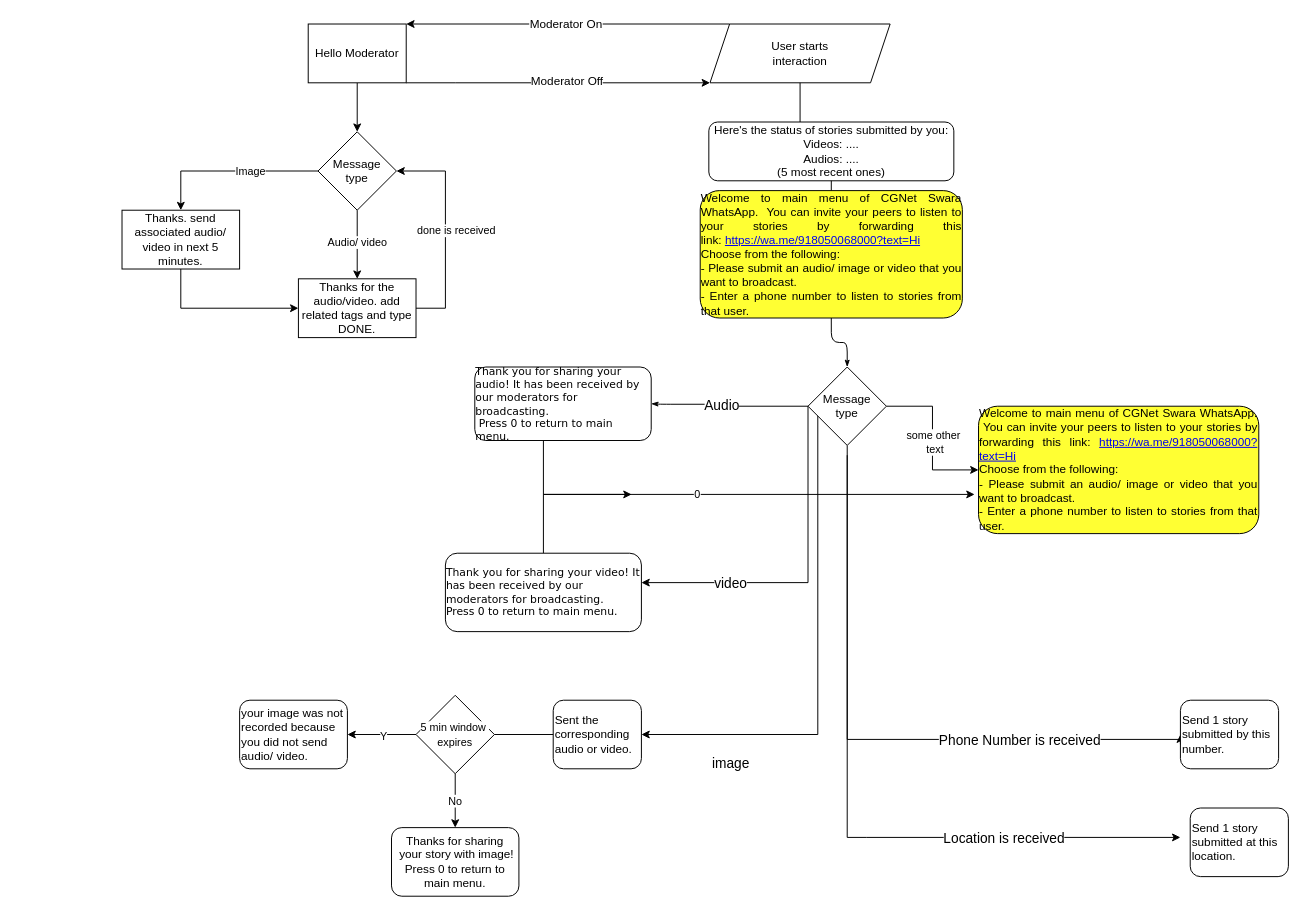
This is page "5 may" (6 of 6) of DisseminationFlow.drawio from PriyankaVerma98/CGNetSwara-WhatsApp, a draw.io file, before an edit. Source tidied: cells renumbered, new cells numbered last; positions are measured from the earlier drawing's top-left corner, leaving out a move shared by most shapes. Both pictures are drawn from the tidied source at 98%, with x=0, y=0 at pixel (122, 24).
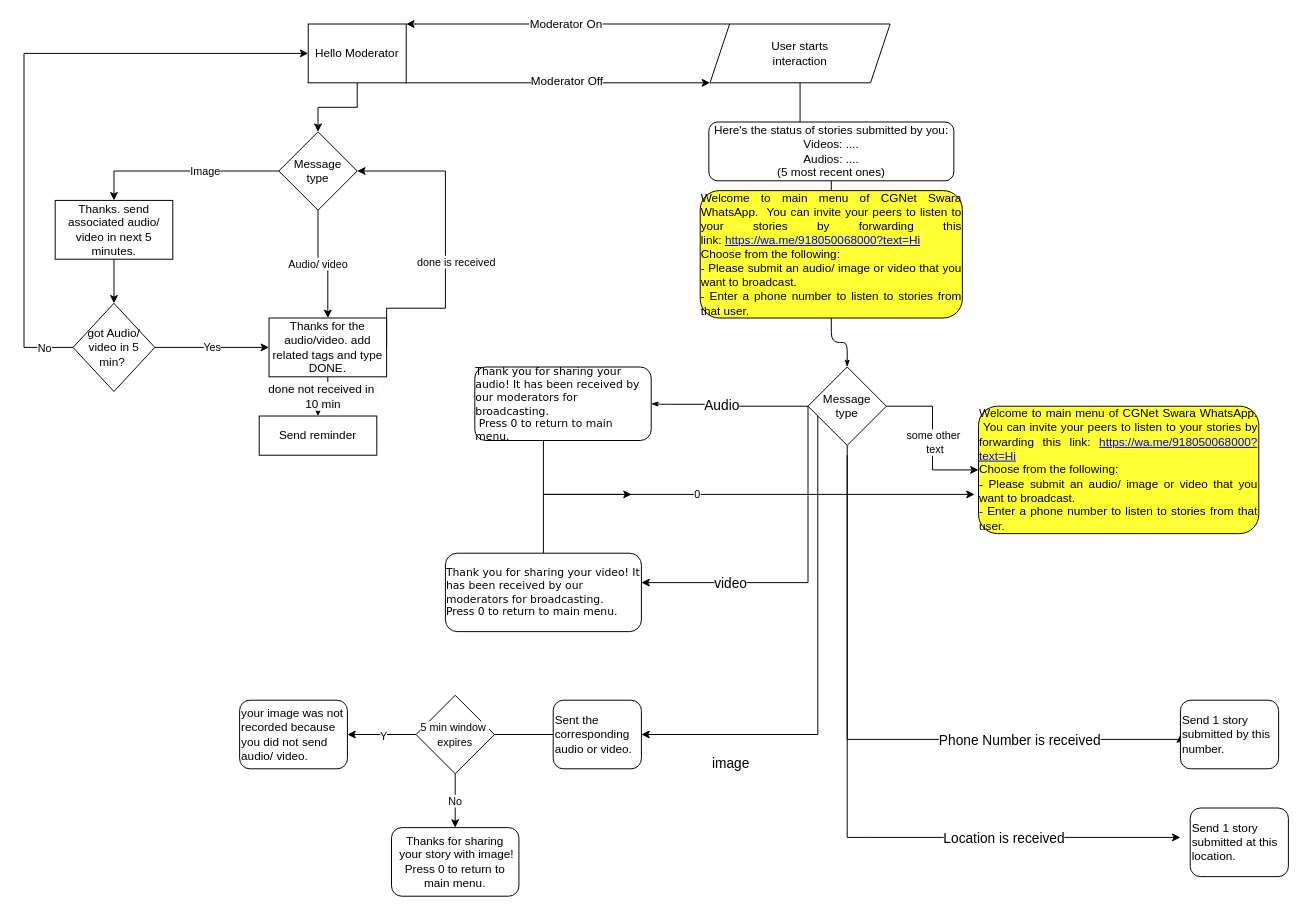
After the change.

Unchanged cells that the change refers to:
```xml
<mxCell id="42" value="Hello Moderator" style="whiteSpace=wrap;html=1;" parent="1" vertex="1">
  <mxGeometry x="190" width="100" height="60" as="geometry" />
</mxCell>
```

The edit, as a diff of the source:
```diff
@@
     <mxCell id="47" value="Message &lt;br&gt;type" style="rhombus;whiteSpace=wrap;html=1;" parent="1" vertex="1">
-      <mxGeometry x="200" y="110" width="80" height="80" as="geometry" />
+      <mxGeometry x="160" y="110" width="80" height="80" as="geometry" />
     </mxCell>
@@
+    <mxCell id="53" value="&lt;span style=&quot;font-size: 12px ; background-color: rgb(248 , 249 , 250)&quot;&gt;done not received in&amp;nbsp;&lt;/span&gt;&lt;br style=&quot;font-size: 12px&quot;&gt;&lt;span style=&quot;font-size: 12px ; background-color: rgb(248 , 249 , 250)&quot;&gt;10 min&lt;/span&gt;" style="edgeStyle=orthogonalEdgeStyle;rounded=0;jettySize=auto;html=1;" parent="1" edge="1" source="50" target="55">
+      <mxGeometry relative="1" as="geometry" />
+    </mxCell>
     <mxCell id="50" value="Thanks for the audio/video. add related tags and type DONE." style="whiteSpace=wrap;html=1;" parent="1" vertex="1">
-      <mxGeometry x="180" y="260" width="120" height="60" as="geometry" />
+      <mxGeometry x="150" y="300" width="120" height="60" as="geometry" />
     </mxCell>
-    <mxCell id="51" style="edgeStyle=orthogonalEdgeStyle;rounded=0;jettySize=auto;html=1;" parent="1" edge="1" source="52">
+    <mxCell id="51" value="Yes" style="edgeStyle=orthogonalEdgeStyle;rounded=0;jettySize=auto;html=1;entryX=0;entryY=0.5;entryDx=0;entryDy=0;exitX=1;exitY=0.5;exitDx=0;exitDy=0;" parent="1" edge="1" source="58" target="50">
       <mxGeometry relative="1" as="geometry">
-        <mxPoint x="180" y="290" as="targetPoint" />
         <Array as="points">
-          <mxPoint x="60" y="290" />
+          <mxPoint x="34" y="330" />
         </Array>
       </mxGeometry>
     </mxCell>
+    <mxCell id="54" style="edgeStyle=orthogonalEdgeStyle;rounded=0;jettySize=auto;html=1;" parent="1" edge="1" source="52" target="58">
+      <mxGeometry relative="1" as="geometry" />
+    </mxCell>
     <mxCell id="52" value="Thanks. send associated audio/ video in next 5 minutes." style="whiteSpace=wrap;html=1;" parent="1" vertex="1">
-      <mxGeometry y="190" width="120" height="60" as="geometry" />
+      <mxGeometry x="-68.2" y="180" width="120" height="60" as="geometry" />
     </mxCell>
+    <mxCell id="55" value="Send reminder" style="whiteSpace=wrap;html=1;" parent="1" vertex="1">
+      <mxGeometry x="140" y="400" width="120" height="40" as="geometry" />
+    </mxCell>
+    <mxCell id="56" style="edgeStyle=orthogonalEdgeStyle;rounded=0;jettySize=auto;html=1;exitX=0;exitY=0.5;exitDx=0;exitDy=0;entryX=0;entryY=0.5;entryDx=0;entryDy=0;" parent="1" edge="1" source="58" target="42">
+      <mxGeometry relative="1" as="geometry">
+        <Array as="points">
+          <mxPoint x="-100" y="330" />
+          <mxPoint x="-100" y="30" />
+        </Array>
+      </mxGeometry>
+    </mxCell>
+    <mxCell id="57" value="No" style="edgeLabel;html=1;align=center;verticalAlign=middle;" parent="56" vertex="1">
+      <mxGeometry x="-0.85" relative="1" as="geometry">
+        <mxPoint x="18" as="offset" />
+      </mxGeometry>
+    </mxCell>
+    <mxCell id="58" value="got Audio/ video in 5 min?&amp;nbsp;" style="rhombus;whiteSpace=wrap;html=1;" parent="1" vertex="1">
+      <mxGeometry x="-50" y="285" width="83.5" height="90" as="geometry" />
+    </mxCell>
```
